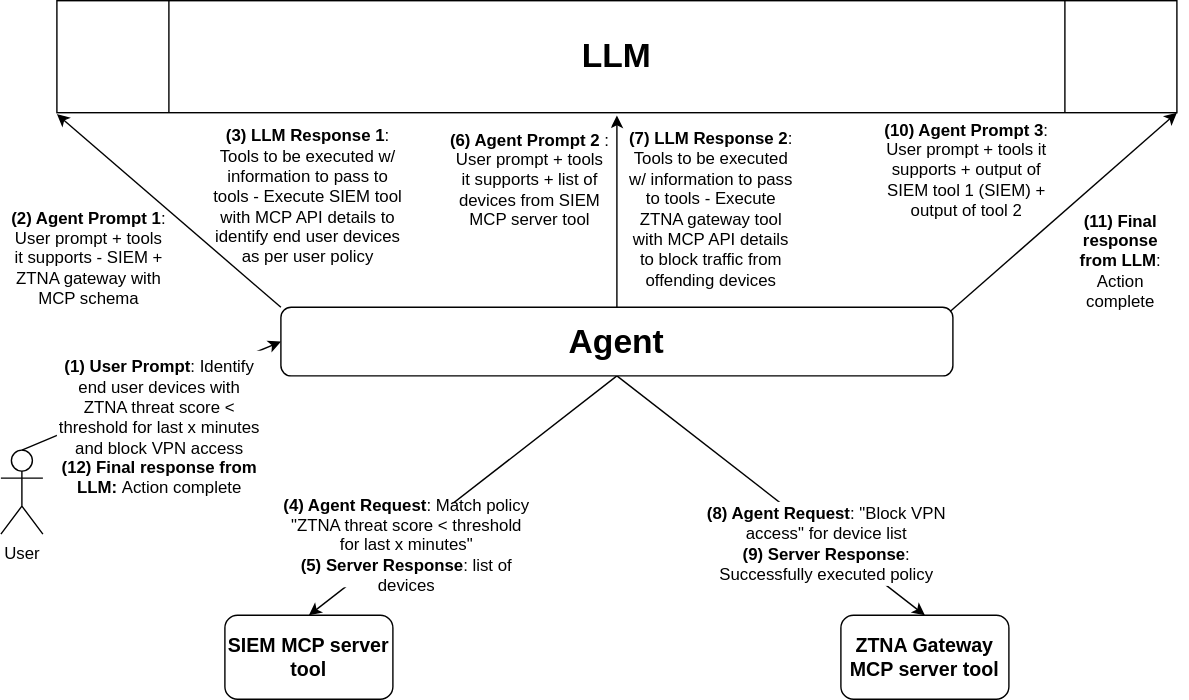
Earlier version of the draw.io export secure-agentic-workflow.svg (nedmsmith/draft-klspa-wimse-verifiable-geo-fence). Source tidied: cells renumbered, new cells last; positions are measured from the earlier drawing's top-left corner, leaving out a move shared by most shapes.
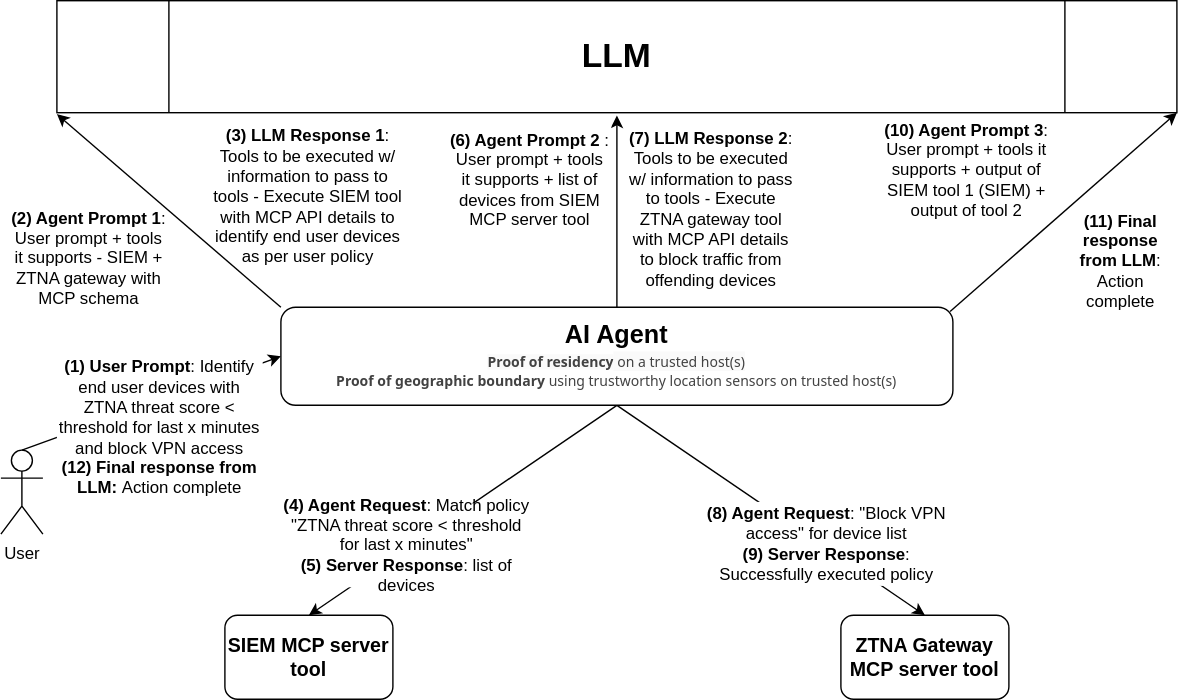
Later version of the same file.

The edit, as a diff of the source:
```diff
@@ -40,8 +40,8 @@
     <mxCell id="13" value="&lt;p&gt;&lt;b&gt;&lt;font style=&quot;font-size: 12px;&quot;&gt;(2) Agent Prompt 1&lt;/font&gt;&lt;/b&gt;: User prompt + tools it supports - SIEM + ZTNA gateway with MCP schema&lt;/p&gt;" style="text;html=1;align=center;verticalAlign=middle;whiteSpace=wrap;rounded=0;" parent="1" vertex="1">
       <mxGeometry x="6" y="144" width="114" height="80" as="geometry" />
     </mxCell>
-    <mxCell id="14" value="&lt;b&gt;&lt;font style=&quot;font-size: 24px;&quot;&gt;Agent&lt;/font&gt;&lt;/b&gt;" style="rounded=1;whiteSpace=wrap;html=1;" parent="1" vertex="1">
-      <mxGeometry x="200" y="219" width="480" height="49" as="geometry" />
+    <mxCell id="14" value="&lt;b&gt;&lt;font style=&quot;font-size: 18px;&quot;&gt;AI Agent&lt;/font&gt;&lt;/b&gt;&lt;div&gt;&lt;b style=&quot;font-size: 10px; background-color: rgb(250, 250, 250); color: rgb(66, 66, 66); font-family: Aptos, sans-serif; text-align: start;&quot;&gt;&lt;span style=&quot;font-family: &amp;quot;Segoe UI&amp;quot;, sans-serif;&quot;&gt;Proof of residency&lt;/span&gt;&lt;/b&gt;&lt;span style=&quot;font-size: 10px; background-color: rgb(250, 250, 250); color: rgb(66, 66, 66); text-align: start; font-family: &amp;quot;Segoe UI&amp;quot;, sans-serif;&quot;&gt;&amp;nbsp;on a trusted host(s)&lt;/span&gt;&lt;/div&gt;&lt;div&gt;&lt;b style=&quot;color: rgb(66, 66, 66); font-family: Aptos, sans-serif; text-align: start;&quot;&gt;&lt;span style=&quot;font-family: &amp;quot;Segoe UI&amp;quot;, sans-serif;&quot;&gt;&lt;font style=&quot;font-size: 10px;&quot;&gt;Proof of geographic boundary&lt;/font&gt;&lt;/span&gt;&lt;/b&gt;&lt;span style=&quot;color: rgb(66, 66, 66); text-align: start; font-family: &amp;quot;Segoe UI&amp;quot;, sans-serif;&quot;&gt;&lt;font style=&quot;font-size: 10px;&quot;&gt; using trustworthy location sensors on trusted host(s)&lt;/font&gt;&lt;/span&gt;&lt;/div&gt;" style="rounded=1;whiteSpace=wrap;html=1;" parent="1" vertex="1">
+      <mxGeometry x="200" y="219" width="480" height="70" as="geometry" />
     </mxCell>
     <mxCell id="15" style="endArrow=classic;html=1;rounded=0;exitX=0.5;exitY=0;exitDx=0;exitDy=0;" parent="1" edge="1" source="14">
       <mxGeometry relative="1" as="geometry">
```
